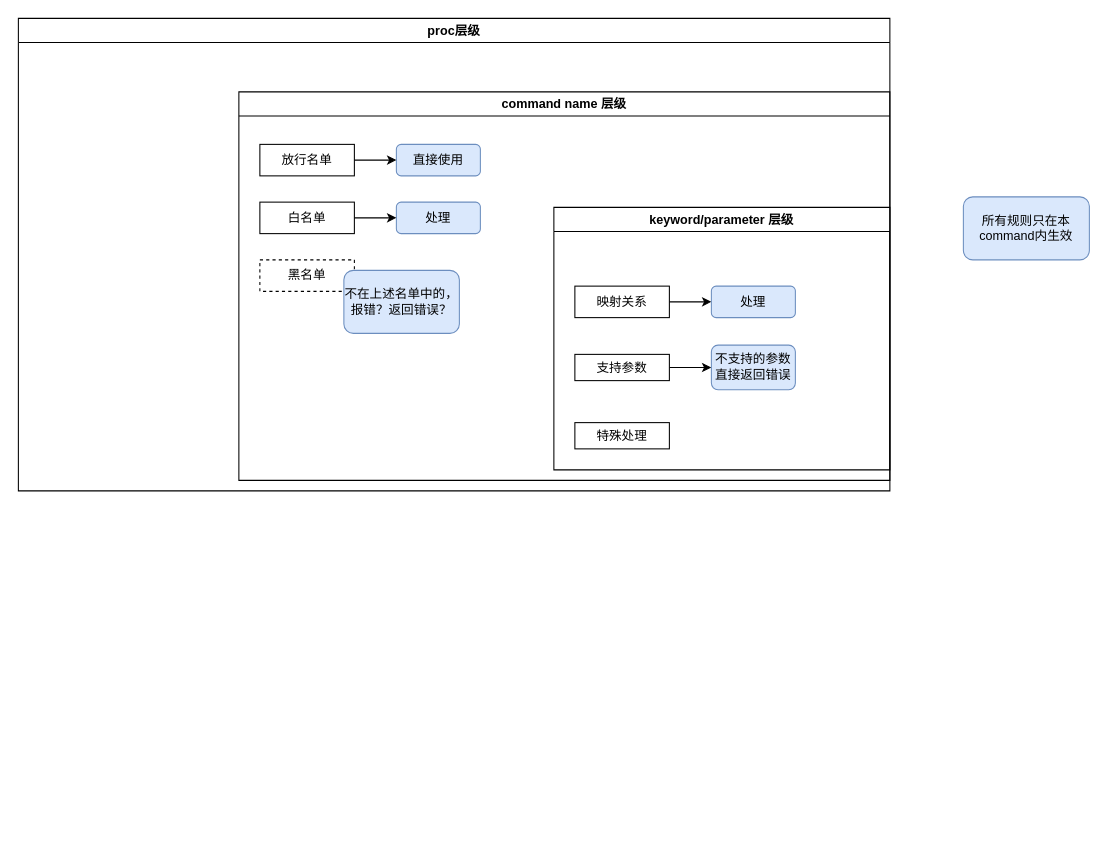
FicmillaR/drawio keeps this draw.io diagram as convert_gt_tcl.drawio. Above is the earlier version. Source tidied: cells renumbered, new cells numbered last; positions are measured from the earlier drawing's top-left corner, leaving out a move shared by most shapes. Both pictures are drawn from the tidied source at 105%, with x=0, y=0 at pixel (18, 18).
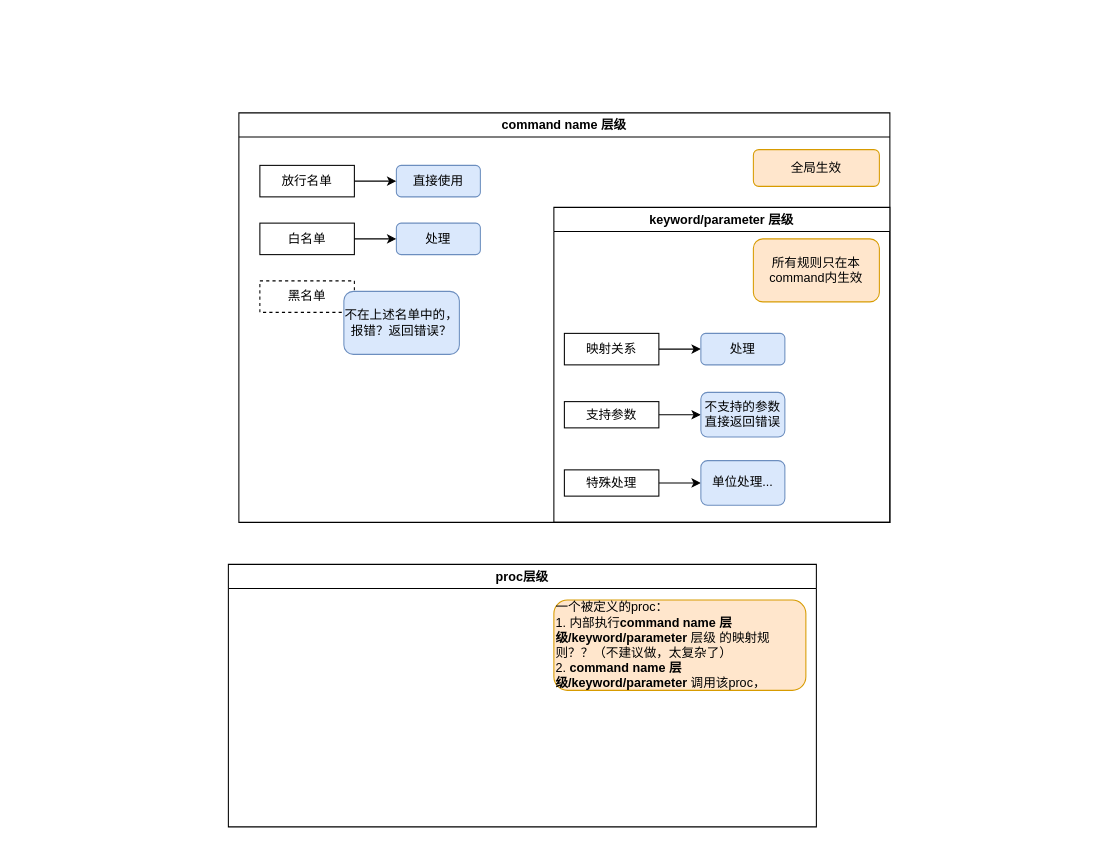
After the change.

What changed in the source:
```diff
@@
     <mxCell id="2" value="command name 层级" style="swimlane;whiteSpace=wrap;html=1;" parent="1" vertex="1">
-      <mxGeometry x="210" y="70" width="620" height="370" as="geometry" />
+      <mxGeometry x="210" y="90" width="620" height="390" as="geometry" />
     </mxCell>
@@
     <mxCell id="7" value="keyword/parameter 层级" style="swimlane;whiteSpace=wrap;html=1;" parent="2" vertex="1">
-      <mxGeometry x="300" y="110" width="320" height="250" as="geometry" />
+      <mxGeometry x="300" y="90" width="320" height="300" as="geometry" />
     </mxCell>
@@
     <mxCell id="9" value="映射关系" style="rounded=0;whiteSpace=wrap;html=1;" parent="7" vertex="1">
-      <mxGeometry x="20" y="75" width="90" height="30" as="geometry" />
+      <mxGeometry x="10" y="120" width="90" height="30" as="geometry" />
     </mxCell>
     <mxCell id="10" value="处理" style="rounded=1;whiteSpace=wrap;html=1;fillColor=#dae8fc;strokeColor=#6c8ebf;" parent="7" vertex="1">
-      <mxGeometry x="150" y="75" width="80" height="30" as="geometry" />
+      <mxGeometry x="140" y="120" width="80" height="30" as="geometry" />
     </mxCell>
     <mxCell id="11" style="edgeStyle=orthogonalEdgeStyle;rounded=0;jettySize=auto;html=1;" parent="7" edge="1" source="12">
       <mxGeometry relative="1" as="geometry">
-        <mxPoint x="150" y="152.5" as="targetPoint" />
+        <mxPoint x="140" y="197.5" as="targetPoint" />
       </mxGeometry>
     </mxCell>
     <mxCell id="12" value="支持参数" style="rounded=0;whiteSpace=wrap;html=1;" parent="7" vertex="1">
-      <mxGeometry x="20" y="140" width="90" height="25" as="geometry" />
+      <mxGeometry x="10" y="185" width="90" height="25" as="geometry" />
     </mxCell>
     <mxCell id="13" value="不支持的参数直接返回错误" style="rounded=1;whiteSpace=wrap;html=1;fillColor=#dae8fc;strokeColor=#6c8ebf;" parent="7" vertex="1">
-      <mxGeometry x="150" y="131.2" width="80" height="42.5" as="geometry" />
+      <mxGeometry x="140" y="176.2" width="80" height="42.5" as="geometry" />
     </mxCell>
+    <mxCell id="22" style="edgeStyle=orthogonalEdgeStyle;rounded=0;jettySize=auto;html=1;exitX=1;exitY=0.5;exitDx=0;exitDy=0;entryX=0;entryY=0.5;entryDx=0;entryDy=0;" parent="7" edge="1" source="14" target="23">
+      <mxGeometry relative="1" as="geometry" />
+    </mxCell>
     <mxCell id="14" value="特殊处理" style="rounded=0;whiteSpace=wrap;html=1;" parent="7" vertex="1">
-      <mxGeometry x="20" y="205" width="90" height="25" as="geometry" />
+      <mxGeometry x="10" y="250" width="90" height="25" as="geometry" />
     </mxCell>
+    <mxCell id="23" value="单位处理..." style="rounded=1;whiteSpace=wrap;html=1;fillColor=#dae8fc;strokeColor=#6c8ebf;" parent="7" vertex="1">
+      <mxGeometry x="140" y="241.2" width="80" height="42.5" as="geometry" />
+    </mxCell>
+    <mxCell id="21" value="所有规则只在本command内生效" style="rounded=1;whiteSpace=wrap;html=1;fillColor=#ffe6cc;strokeColor=#d79b00;" parent="7" vertex="1">
+      <mxGeometry x="190" y="30" width="120" height="60" as="geometry" />
+    </mxCell>
@@
+    <mxCell id="24" value="全局生效" style="rounded=1;whiteSpace=wrap;html=1;fillColor=#ffe6cc;strokeColor=#d79b00;" parent="2" vertex="1">
+      <mxGeometry x="490" y="35" width="120" height="35" as="geometry" />
+    </mxCell>
     <mxCell id="20" value="proc层级" style="swimlane;whiteSpace=wrap;html=1;" parent="1" vertex="1">
-      <mxGeometry width="830" height="450" as="geometry" />
+      <mxGeometry x="200" y="520" width="560" height="250" as="geometry" />
     </mxCell>
-    <mxCell id="21" value="所有规则只在本command内生效" style="rounded=1;whiteSpace=wrap;html=1;fillColor=#dae8fc;strokeColor=#6c8ebf;" parent="1" vertex="1">
-      <mxGeometry x="900" y="170" width="120" height="60" as="geometry" />
-    </mxCell>
+    <mxCell id="25" value="一个被定义的proc：&lt;div&gt;1. 内部执行&lt;span style=&quot;font-weight: 700; background-color: initial;&quot;&gt;command name 层级/&lt;/span&gt;&lt;span style=&quot;font-weight: 700; background-color: initial;&quot;&gt;keyword/parameter &lt;/span&gt;&lt;span style=&quot;background-color: initial;&quot;&gt;层级 的映射规则？？（不建议做，太复杂了）&lt;/span&gt;&lt;/div&gt;&lt;div&gt;2.&amp;nbsp;&lt;span style=&quot;background-color: initial; font-weight: 700;&quot;&gt;command name 层级/&lt;/span&gt;&lt;span style=&quot;background-color: initial; font-weight: 700;&quot;&gt;keyword/parameter &lt;/span&gt;&lt;span style=&quot;background-color: initial;&quot;&gt;调用该proc，&lt;/span&gt;&lt;/div&gt;" style="rounded=1;whiteSpace=wrap;html=1;fillColor=#ffe6cc;strokeColor=#d79b00;align=left;" parent="20" vertex="1">
+      <mxGeometry x="310" y="34" width="240" height="86" as="geometry" />
+    </mxCell>
```
